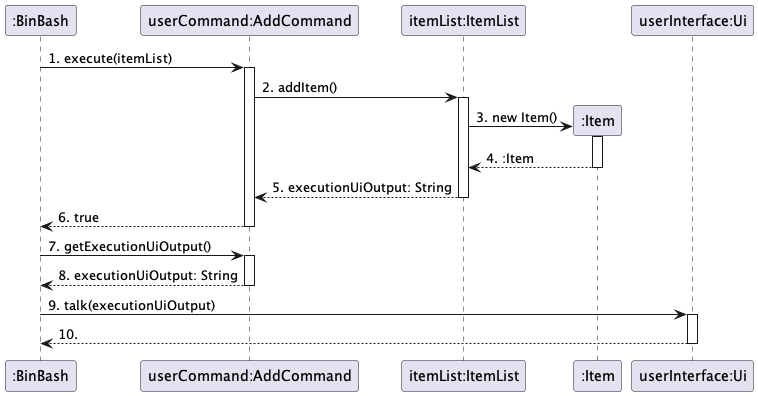
This is docs/images/AddSequenceDiagram.png from AY2324S2-CS2113T-T09-2/tp, a PlantUML export, as it was before one commit.
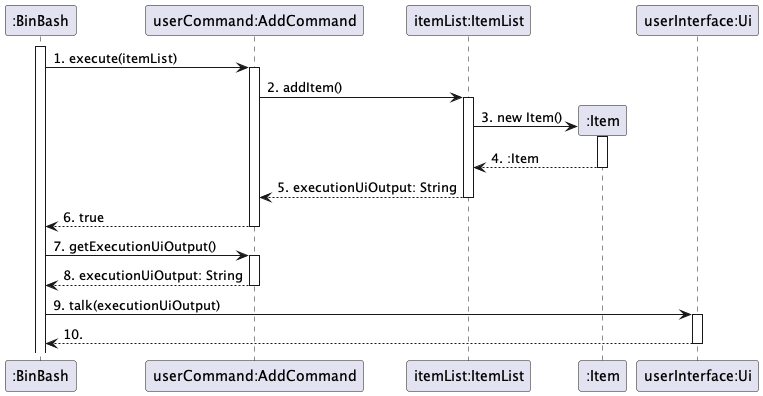
The same file after the commit.

Commit message:
Update Add-item sequence diagram

Diff of the diagram source:
```diff
@@ -1,6 +1,7 @@
 @startuml
 
 participant ":BinBash"
+activate ":BinBash"
 participant "userCommand:AddCommand"
 
 ":BinBash" -> "userCommand:AddCommand" : 1. execute(itemList)
```
